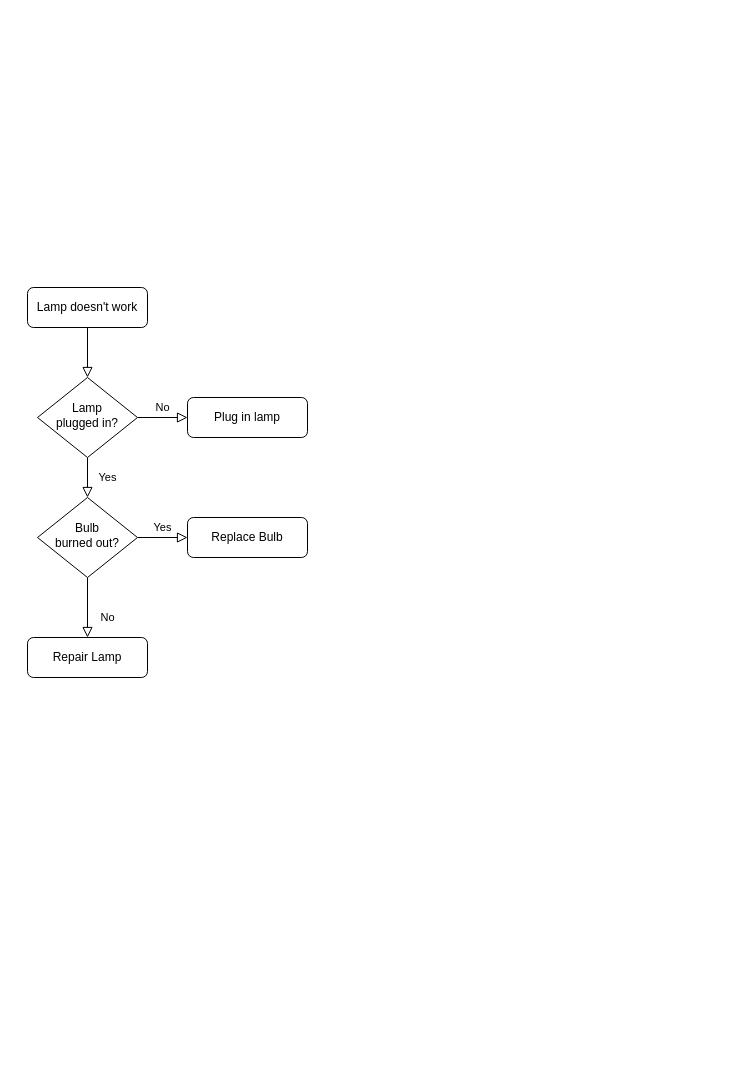
Earlier version of the draw.io diagram ddd.drawio (VozSoldat/Kuliah-Yes). Source tidied: cells renumbered, new cells numbered last; positions are measured from the earlier drawing's top-left corner, leaving out a move shared by most shapes. Both pictures are drawn from the tidied source at 100%, with x=0, y=0 at pixel (27, 287).
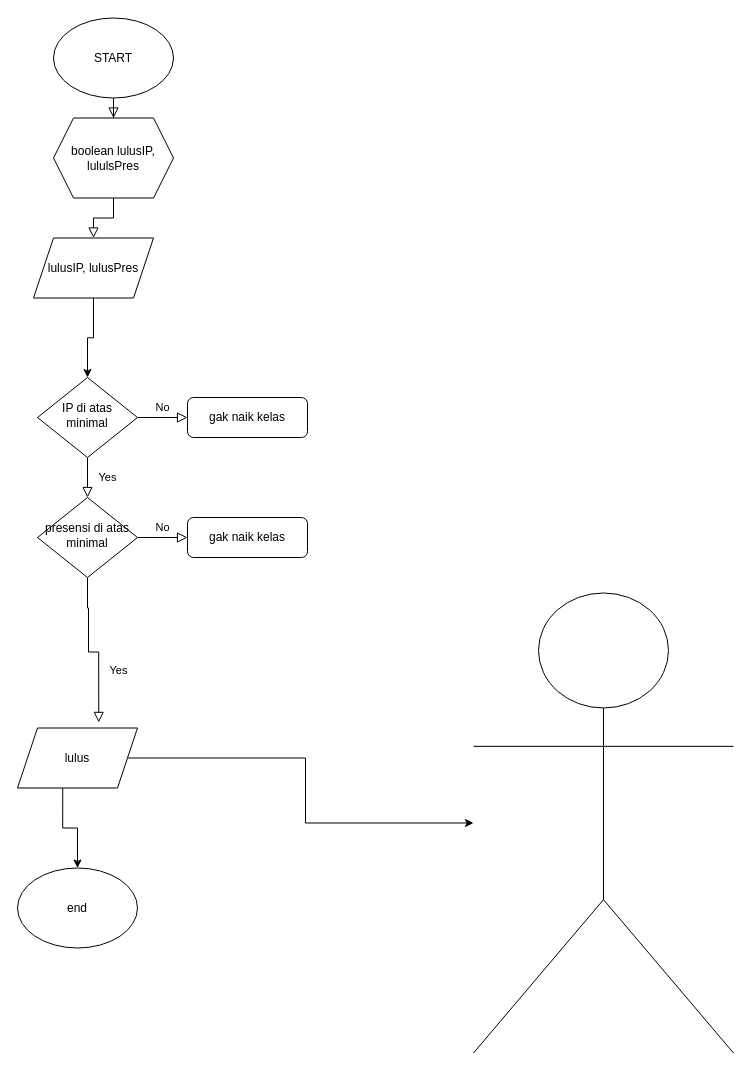
Above is the later version.

The edit, as a diff of the source:
```diff
@@
-    <mxCell id="2" style="rounded=0;html=1;jettySize=auto;fontSize=11;endArrow=block;endFill=0;endSize=8;strokeWidth=1;shadow=0;labelBackgroundColor=none;edgeStyle=orthogonalEdgeStyle;" parent="1" edge="1" source="3" target="6">
+    <mxCell id="2" style="rounded=0;html=1;jettySize=auto;fontSize=11;endArrow=block;endFill=0;endSize=8;strokeWidth=1;shadow=0;labelBackgroundColor=none;edgeStyle=orthogonalEdgeStyle;exitX=0.5;exitY=1;exitDx=0;exitDy=0;entryX=0.5;entryY=0;entryDx=0;entryDy=0;" parent="1" edge="1" source="16" target="18">
       <mxGeometry relative="1" as="geometry" />
     </mxCell>
-    <mxCell id="3" value="Lamp doesn't work" style="rounded=1;whiteSpace=wrap;html=1;fontSize=12;glass=0;strokeWidth=1;shadow=0;" parent="1" vertex="1">
-      <mxGeometry width="120" height="40" as="geometry" />
-    </mxCell>
@@
-    <mxCell id="6" value="Lamp&lt;br&gt;plugged in?" style="rhombus;whiteSpace=wrap;html=1;shadow=0;fontFamily=Helvetica;fontSize=12;align=center;strokeWidth=1;spacing=6;spacingTop=-4;" parent="1" vertex="1">
+    <mxCell id="6" value="IP di atas minimal" style="rhombus;whiteSpace=wrap;html=1;shadow=0;fontFamily=Helvetica;fontSize=12;align=center;strokeWidth=1;spacing=6;spacingTop=-4;" parent="1" vertex="1">
       <mxGeometry x="10" y="90" width="100" height="80" as="geometry" />
     </mxCell>
-    <mxCell id="7" value="Plug in lamp" style="rounded=1;whiteSpace=wrap;html=1;fontSize=12;glass=0;strokeWidth=1;shadow=0;" parent="1" vertex="1">
+    <mxCell id="7" value="gak naik kelas" style="rounded=1;whiteSpace=wrap;html=1;fontSize=12;glass=0;strokeWidth=1;shadow=0;" parent="1" vertex="1">
       <mxGeometry x="160" y="110" width="120" height="40" as="geometry" />
     </mxCell>
-    <mxCell id="8" value="No" style="rounded=0;html=1;jettySize=auto;fontSize=11;endArrow=block;endFill=0;endSize=8;strokeWidth=1;shadow=0;labelBackgroundColor=none;edgeStyle=orthogonalEdgeStyle;" parent="1" edge="1" source="10" target="11">
-      <mxGeometry x="0.33" y="20" relative="1" as="geometry" />
+    <mxCell id="8" value="Yes" style="rounded=0;html=1;jettySize=auto;fontSize=11;endArrow=block;endFill=0;endSize=8;strokeWidth=1;shadow=0;labelBackgroundColor=none;edgeStyle=orthogonalEdgeStyle;entryX=0.677;entryY=-0.093;entryDx=0;entryDy=0;entryPerimeter=0;" parent="1" edge="1" source="10" target="21">
+      <mxGeometry x="0.33" y="20" relative="1" as="geometry">
+        <Array as="points">
+          <mxPoint x="60" y="320.5" />
+          <mxPoint x="61" y="320.5" />
+          <mxPoint x="61" y="364.5" />
+        </Array>
+      </mxGeometry>
     </mxCell>
-    <mxCell id="9" value="Yes" style="edgeStyle=orthogonalEdgeStyle;rounded=0;html=1;jettySize=auto;fontSize=11;endArrow=block;endFill=0;endSize=8;strokeWidth=1;shadow=0;labelBackgroundColor=none;" parent="1" edge="1" source="10" target="12">
+    <mxCell id="9" value="No" style="edgeStyle=orthogonalEdgeStyle;rounded=0;html=1;jettySize=auto;fontSize=11;endArrow=block;endFill=0;endSize=8;strokeWidth=1;shadow=0;labelBackgroundColor=none;" parent="1" edge="1" source="10" target="12">
       <mxGeometry y="10" relative="1" as="geometry" />
     </mxCell>
-    <mxCell id="10" value="Bulb&lt;br&gt;burned out?" style="rhombus;whiteSpace=wrap;html=1;shadow=0;fontFamily=Helvetica;fontSize=12;align=center;strokeWidth=1;spacing=6;spacingTop=-4;" parent="1" vertex="1">
+    <mxCell id="10" value="presensi di atas minimal" style="rhombus;whiteSpace=wrap;html=1;shadow=0;fontFamily=Helvetica;fontSize=12;align=center;strokeWidth=1;spacing=6;spacingTop=-4;" parent="1" vertex="1">
       <mxGeometry x="10" y="210" width="100" height="80" as="geometry" />
     </mxCell>
-    <mxCell id="11" value="Repair Lamp" style="rounded=1;whiteSpace=wrap;html=1;fontSize=12;glass=0;strokeWidth=1;shadow=0;" parent="1" vertex="1">
-      <mxGeometry y="350" width="120" height="40" as="geometry" />
-    </mxCell>
-    <mxCell id="12" value="Replace Bulb" style="rounded=1;whiteSpace=wrap;html=1;fontSize=12;glass=0;strokeWidth=1;shadow=0;" parent="1" vertex="1">
+    <mxCell id="12" value="gak naik kelas" style="rounded=1;whiteSpace=wrap;html=1;fontSize=12;glass=0;strokeWidth=1;shadow=0;" parent="1" vertex="1">
       <mxGeometry x="160" y="230" width="120" height="40" as="geometry" />
     </mxCell>
+    <mxCell id="13" value="START" style="ellipse;whiteSpace=wrap;html=1;" parent="1" vertex="1">
+      <mxGeometry x="26" y="-269.5" width="120" height="80" as="geometry" />
+    </mxCell>
+    <mxCell id="14" style="shape=umlActor;verticalLabelPosition=bottom;verticalAlign=top;html=1;outlineConnect=0;" parent="1" vertex="1">
+      <mxGeometry x="446" y="305.5" width="260" height="460" as="geometry" />
+    </mxCell>
+    <mxCell id="15" style="rounded=0;html=1;jettySize=auto;fontSize=11;endArrow=block;endFill=0;endSize=8;strokeWidth=1;shadow=0;labelBackgroundColor=none;edgeStyle=orthogonalEdgeStyle;exitX=0.5;exitY=1;exitDx=0;exitDy=0;" parent="1" edge="1" source="13" target="16">
+      <mxGeometry relative="1" as="geometry" />
+    </mxCell>
+    <mxCell id="16" value="boolean lulusIP, lululsPres" style="shape=hexagon;perimeter=hexagonPerimeter2;whiteSpace=wrap;html=1;fixedSize=1;" parent="1" vertex="1">
+      <mxGeometry x="26" y="-169.5" width="120" height="80" as="geometry" />
+    </mxCell>
+    <mxCell id="17" style="edgeStyle=orthogonalEdgeStyle;rounded=0;jettySize=auto;html=1;entryX=0.5;entryY=0;entryDx=0;entryDy=0;exitX=0.5;exitY=1;exitDx=0;exitDy=0;" parent="1" edge="1" source="18" target="6">
+      <mxGeometry relative="1" as="geometry" />
+    </mxCell>
+    <mxCell id="18" value="lulusIP, lulusPres" style="shape=parallelogram;perimeter=parallelogramPerimeter;whiteSpace=wrap;html=1;fixedSize=1;" parent="1" vertex="1">
+      <mxGeometry x="6" y="-49.5" width="120" height="60" as="geometry" />
+    </mxCell>
+    <mxCell id="19" style="edgeStyle=orthogonalEdgeStyle;rounded=0;jettySize=auto;html=1;entryX=0.5;entryY=0;entryDx=0;entryDy=0;exitX=0.377;exitY=0.973;exitDx=0;exitDy=0;exitPerimeter=0;" parent="1" edge="1" source="21" target="22">
+      <mxGeometry relative="1" as="geometry" />
+    </mxCell>
+    <mxCell id="20" style="edgeStyle=orthogonalEdgeStyle;rounded=0;jettySize=auto;html=1;" parent="1" edge="1" source="21" target="14">
+      <mxGeometry relative="1" as="geometry" />
+    </mxCell>
+    <mxCell id="21" value="lulus" style="shape=parallelogram;perimeter=parallelogramPerimeter;whiteSpace=wrap;html=1;fixedSize=1;" parent="1" vertex="1">
+      <mxGeometry x="-10" y="440.5" width="120" height="60" as="geometry" />
+    </mxCell>
+    <mxCell id="22" value="end" style="ellipse;whiteSpace=wrap;html=1;" parent="1" vertex="1">
+      <mxGeometry x="-10" y="580.5" width="120" height="80" as="geometry" />
+    </mxCell>
```
